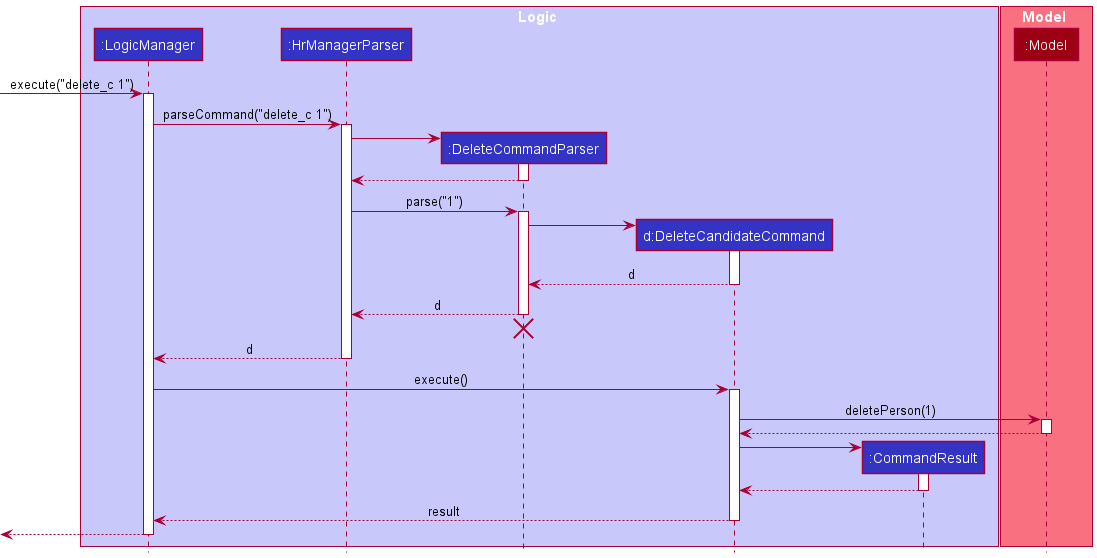
Above: docs/images/DeleteSequenceDiagram.png in seaweediman/tp (PlantUML), before the change.
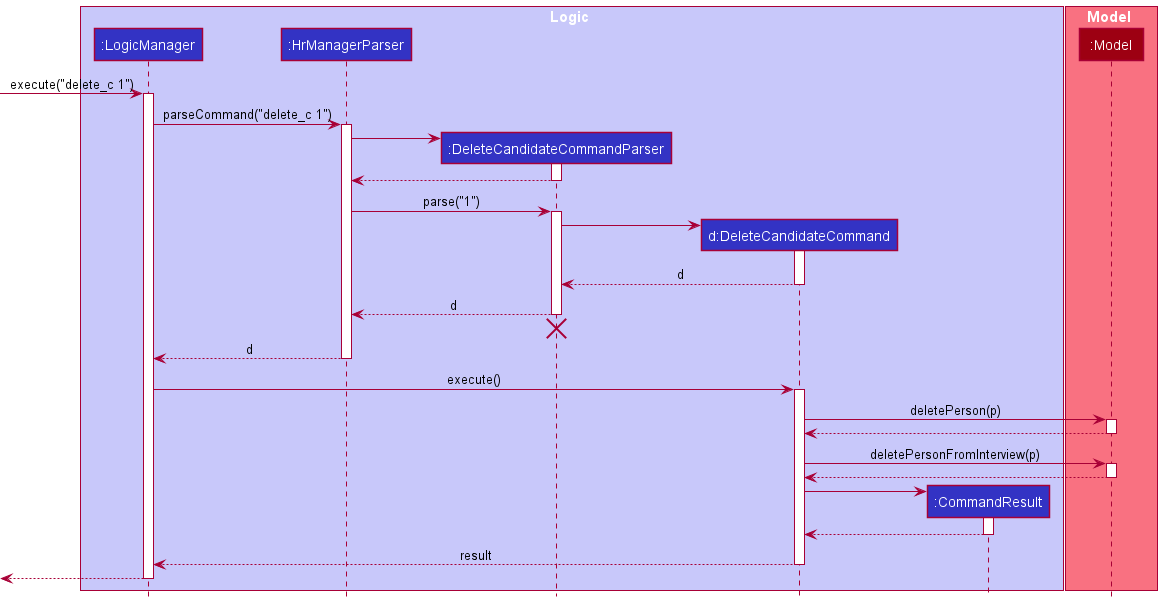
The same file after the commit.

Commit message:
Update logic diagram and description

The edit, as a diff of the source:
```diff
@@ -4,7 +4,7 @@
 box Logic LOGIC_COLOR_T1
 participant ":LogicManager" as LogicManager LOGIC_COLOR
 participant ":HrManagerParser" as HrManagerParser LOGIC_COLOR
-participant ":DeleteCommandParser" as DeleteCandidateCommandParser LOGIC_COLOR
+participant ":DeleteCandidateCommandParser" as DeleteCandidateCommandParser LOGIC_COLOR
 participant "d:DeleteCandidateCommand" as DeleteCandidateCommand LOGIC_COLOR
 participant ":CommandResult" as CommandResult LOGIC_COLOR
 end box
@@ -47,7 +47,13 @@
 LogicManager -> DeleteCandidateCommand : execute()
 activate DeleteCandidateCommand
 
-DeleteCandidateCommand -> Model : deletePerson(1)
+DeleteCandidateCommand -> Model : deletePerson(p)
+activate Model
+
+Model --> DeleteCandidateCommand
+deactivate Model
+
+DeleteCandidateCommand -> Model : deletePersonFromInterview(p)
 activate Model
 
 Model --> DeleteCandidateCommand
```
